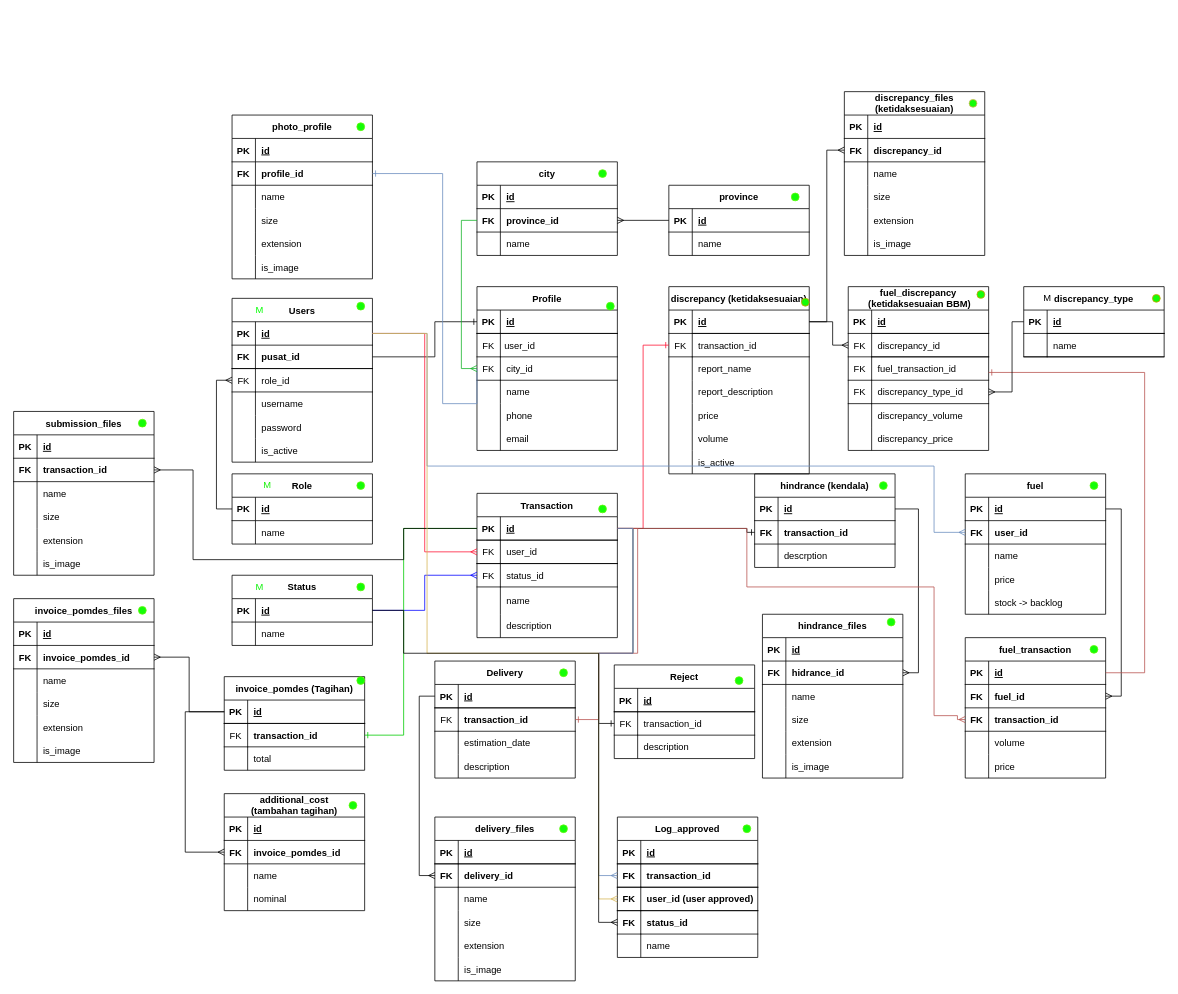
Above: PomdesDB.drawio in Faris072/pomdes (draw.io), before the change. Source tidied: cells renumbered, new cells numbered last; positions are measured from the earlier drawing's top-left corner, leaving out a move shared by most shapes. Both pictures are drawn from the tidied source at 78%, with x=0, y=0 at pixel (13, 91).
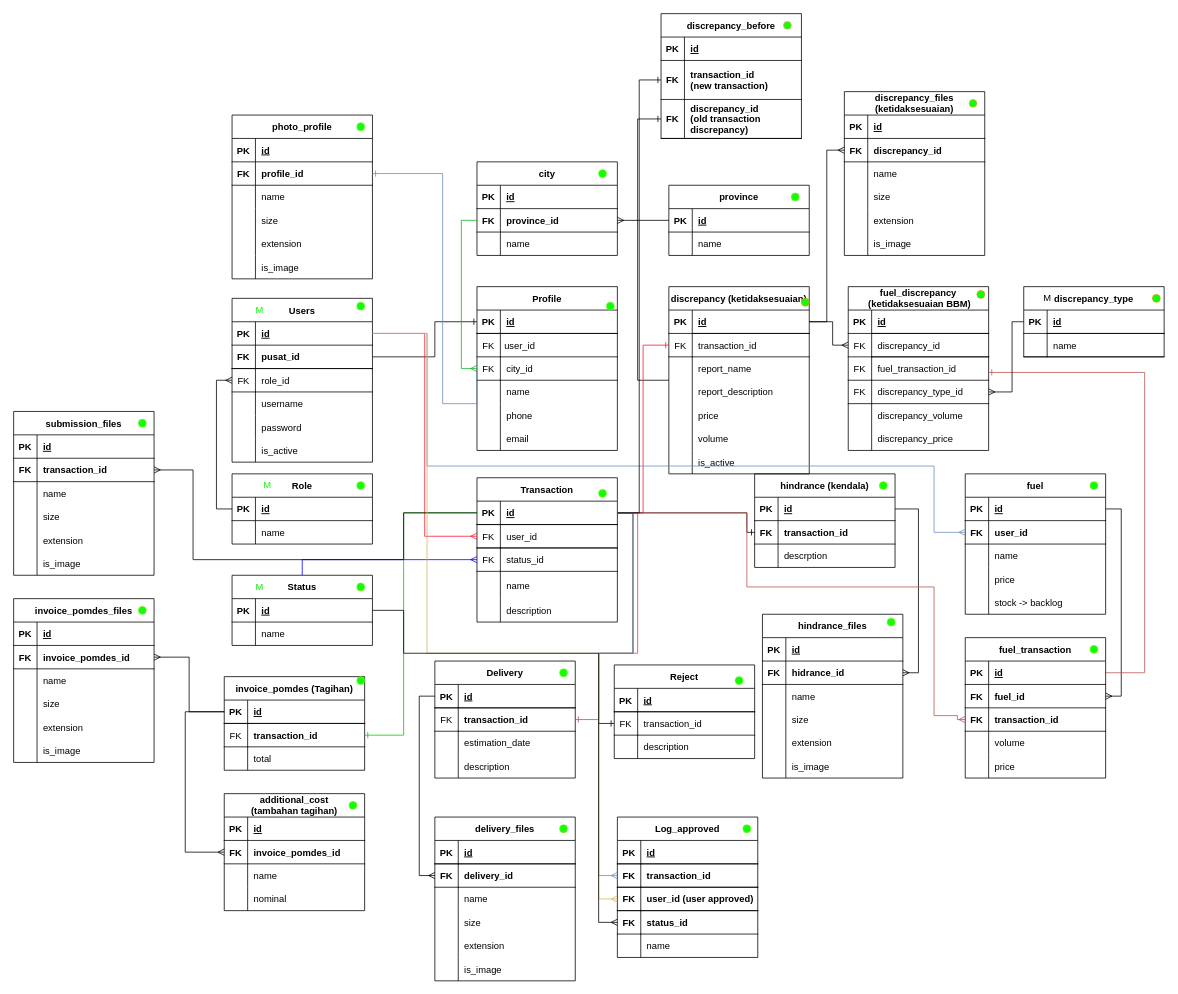
After the change.

The change refers to these unchanged cells:
```xml
<mxCell id="51" style="shape=tableRow;horizontal=0;startSize=0;swimlaneHead=0;swimlaneBody=0;fillColor=none;points=[[0,0.5],[1,0.5]];portConstraint=eastwest;top=0;left=0;right=0;bottom=1;" parent="50" vertex="1">
  <mxGeometry y="30" width="180" height="30" as="geometry" />
</mxCell>
<mxCell id="54" style="shape=tableRow;horizontal=0;startSize=0;swimlaneHead=0;swimlaneBody=0;fillColor=none;points=[[0,0.5],[1,0.5]];portConstraint=eastwest;top=0;left=0;right=0;bottom=0;" parent="50" vertex="1">
  <mxGeometry y="60" width="180" height="30" as="geometry" />
</mxCell>
<mxCell id="78" style="shape=tableRow;horizontal=0;startSize=0;swimlaneHead=0;swimlaneBody=1;fillColor=none;points=[[0,0.5],[1,0.5]];portConstraint=eastwest;top=0;left=0;right=0;bottom=0;" parent="74" vertex="1">
  <mxGeometry y="60" width="180" height="30" as="geometry" />
</mxCell>
<mxCell id="88" style="shape=tableRow;horizontal=0;startSize=0;swimlaneHead=0;swimlaneBody=0;fillColor=none;points=[[0,0.5],[1,0.5]];portConstraint=eastwest;top=0;left=0;right=0;bottom=1;" parent="84" vertex="1">
  <mxGeometry y="60" width="180" height="30" as="geometry" />
</mxCell>
<mxCell id="96" value="discrepancy (ketidaksesuaian)" style="shape=table;startSize=30;childLayout=tableLayout;rowLines=0;fontStyle=1;align=center;" parent="1" vertex="1">
  <mxGeometry x="840" y="250" width="180" height="240" as="geometry" />
</mxCell>
<mxCell id="254" style="shape=tableRow;horizontal=0;startSize=0;swimlaneHead=0;swimlaneBody=0;fillColor=none;points=[[0,0.5],[1,0.5]];portConstraint=eastwest;top=0;left=0;right=0;bottom=1;" parent="247" vertex="1">
  <mxGeometry y="90" width="180" height="30" as="geometry" />
</mxCell>
<mxCell id="306" style="shape=tableRow;horizontal=0;startSize=0;swimlaneHead=0;swimlaneBody=0;fillColor=none;points=[[0,0.5],[1,0.5]];portConstraint=eastwest;top=0;left=0;right=0;bottom=1;" parent="302" vertex="1">
  <mxGeometry y="60" width="180" height="30" as="geometry" />
</mxCell>
<mxCell id="326" style="shape=tableRow;horizontal=0;startSize=0;swimlaneHead=0;swimlaneBody=0;fillColor=none;points=[[0,0.5],[1,0.5]];portConstraint=eastwest;top=0;left=0;right=0;bottom=0;" parent="322" vertex="1">
  <mxGeometry y="60" width="180" height="30" as="geometry" />
</mxCell>
<mxCell id="352" style="shape=tableRow;horizontal=0;startSize=0;swimlaneHead=0;swimlaneBody=0;fillColor=none;points=[[0,0.5],[1,0.5]];portConstraint=eastwest;top=0;left=0;right=0;bottom=0;" parent="348" vertex="1">
  <mxGeometry y="60" width="180" height="30" as="geometry" />
</mxCell>
<mxCell id="391" style="shape=tableRow;horizontal=0;startSize=0;swimlaneHead=0;swimlaneBody=0;fillColor=none;points=[[0,0.5],[1,0.5]];portConstraint=eastwest;top=0;left=0;right=0;bottom=0;fontStyle=1;" parent="387" vertex="1">
  <mxGeometry y="60" width="180" height="30" as="geometry" />
</mxCell>
```

What changed in the source:
```diff
@@
     <mxCell id="50" value="Transaction" style="shape=table;startSize=30;childLayout=tableLayout;rowLines=0;fontStyle=1;align=center;" parent="1" vertex="1">
-      <mxGeometry x="594" y="515" width="180" height="185" as="geometry" />
+      <mxGeometry x="594" y="495" width="180" height="185" as="geometry" />
     </mxCell>
@@
     <mxCell id="94" style="edgeStyle=orthogonalEdgeStyle;rounded=0;jettySize=auto;html=1;entryX=1;entryY=0.5;entryDx=0;entryDy=0;fontFamily=Helvetica;fontSize=12;fontColor=default;startSize=30;endArrow=ERone;endFill=0;strokeColor=#00CC00;" parent="1" edge="1" source="51" target="78">
       <mxGeometry relative="1" as="geometry">
         <Array as="points">
-          <mxPoint x="500" y="560" />
+          <mxPoint x="500" y="540" />
           <mxPoint x="500" y="825" />
         </Array>
       </mxGeometry>
     </mxCell>
     <mxCell id="95" style="edgeStyle=orthogonalEdgeStyle;rounded=0;jettySize=auto;html=1;entryX=0;entryY=0.5;entryDx=0;entryDy=0;strokeColor=#FF1434;fontFamily=Helvetica;fontSize=12;fontColor=default;endArrow=ERmany;endFill=0;startSize=30;" parent="1" edge="1" target="54">
       <mxGeometry relative="1" as="geometry">
         <mxPoint x="460" y="310" as="sourcePoint" />
         <Array as="points">
           <mxPoint x="527" y="310" />
-          <mxPoint x="527" y="590" />
+          <mxPoint x="527" y="570" />
         </Array>
       </mxGeometry>
     </mxCell>
+    <mxCell id="408" style="edgeStyle=orthogonalEdgeStyle;rounded=0;jettySize=auto;html=1;entryX=0;entryY=0.5;entryDx=0;entryDy=0;endArrow=ERone;endFill=0;" parent="1" edge="1" source="96" target="416">
+      <mxGeometry relative="1" as="geometry">
+        <Array as="points">
+          <mxPoint x="800" y="370" />
+          <mxPoint x="800" y="35" />
+        </Array>
+      </mxGeometry>
+    </mxCell>
@@
     <mxCell id="119" style="edgeStyle=orthogonalEdgeStyle;rounded=0;jettySize=auto;html=1;entryX=0;entryY=0.5;entryDx=0;entryDy=0;strokeColor=#000000;fontFamily=Helvetica;fontSize=12;fontColor=default;endArrow=ERone;endFill=0;startSize=30;" parent="1" edge="1" source="51" target="88">
       <mxGeometry relative="1" as="geometry">
         <Array as="points">
-          <mxPoint x="940" y="560" />
+          <mxPoint x="940" y="540" />
           <mxPoint x="940" y="565" />
         </Array>
       </mxGeometry>
     </mxCell>
@@
     <mxCell id="163" style="ellipse;whiteSpace=wrap;html=1;fillColor=#14fd08;strokeColor=#62f90b;" parent="1" vertex="1">
-      <mxGeometry x="750" y="530" width="10" height="10" as="geometry" />
+      <mxGeometry x="750" y="510" width="10" height="10" as="geometry" />
     </mxCell>
@@
     <mxCell id="266" style="edgeStyle=orthogonalEdgeStyle;rounded=0;jettySize=auto;html=1;entryX=0;entryY=0.5;entryDx=0;entryDy=0;endArrow=ERmany;endFill=0;strokeColor=#b85450;exitX=1;exitY=0.5;exitDx=0;exitDy=0;fillColor=#f8cecc;" parent="1" edge="1" source="51" target="254">
       <mxGeometry relative="1" as="geometry">
         <Array as="points">
-          <mxPoint x="940" y="560" />
+          <mxPoint x="940" y="540" />
           <mxPoint x="940" y="635" />
           <mxPoint x="1180" y="635" />
           <mxPoint x="1180" y="800" />
           <mxPoint x="1210" y="800" />
+          <mxPoint x="1210" y="805" />
         </Array>
       </mxGeometry>
     </mxCell>
@@
     <mxCell id="321" style="edgeStyle=orthogonalEdgeStyle;rounded=0;jettySize=auto;html=1;entryX=1;entryY=0.5;entryDx=0;entryDy=0;endArrow=ERmany;endFill=0;" parent="1" edge="1" source="51" target="306">
       <mxGeometry relative="1" as="geometry">
         <Array as="points">
-          <mxPoint x="500" y="560" />
+          <mxPoint x="500" y="540" />
           <mxPoint x="500" y="600" />
           <mxPoint x="230" y="600" />
           <mxPoint x="230" y="485" />
         </Array>
       </mxGeometry>
     </mxCell>
@@
     <mxCell id="332" style="edgeStyle=orthogonalEdgeStyle;rounded=0;jettySize=auto;html=1;entryX=0;entryY=0.5;entryDx=0;entryDy=0;endArrow=ERone;endFill=0;" parent="1" edge="1" source="51" target="326">
       <mxGeometry relative="1" as="geometry">
         <Array as="points">
-          <mxPoint x="794" y="560" />
+          <mxPoint x="794" y="540" />
           <mxPoint x="794" y="720" />
           <mxPoint x="750" y="720" />
           <mxPoint x="750" y="810" />
         </Array>
       </mxGeometry>
     </mxCell>
@@
     <mxCell id="361" style="edgeStyle=orthogonalEdgeStyle;rounded=0;jettySize=auto;html=1;fillColor=#f8cecc;strokeColor=#b85450;endArrow=ERone;endFill=0;" parent="1" edge="1" source="51" target="352">
       <mxGeometry relative="1" as="geometry">
         <Array as="points">
-          <mxPoint x="800" y="560" />
+          <mxPoint x="800" y="540" />
           <mxPoint x="800" y="720" />
           <mxPoint x="750" y="720" />
           <mxPoint x="750" y="805" />
         </Array>
       </mxGeometry>
     </mxCell>
@@
     <mxCell id="403" style="edgeStyle=orthogonalEdgeStyle;rounded=0;jettySize=auto;html=1;entryX=0;entryY=0.5;entryDx=0;entryDy=0;fillColor=#dae8fc;strokeColor=#6c8ebf;endArrow=ERmany;endFill=0;" parent="1" edge="1" source="51" target="391">
       <mxGeometry relative="1" as="geometry">
         <Array as="points">
-          <mxPoint x="794" y="560" />
+          <mxPoint x="794" y="540" />
           <mxPoint x="794" y="720" />
           <mxPoint x="750" y="720" />
           <mxPoint x="750" y="1005" />
         </Array>
       </mxGeometry>
     </mxCell>
@@
+    <mxCell id="409" value="discrepancy_before" style="shape=table;startSize=30;childLayout=tableLayout;rowLines=0;fontStyle=1;align=center;" parent="1" vertex="1">
+      <mxGeometry x="830" y="-100" width="180" height="160" as="geometry" />
+    </mxCell>
+    <mxCell id="410" style="shape=tableRow;horizontal=0;startSize=0;swimlaneHead=0;swimlaneBody=0;fillColor=none;top=0;left=0;right=0;bottom=1;" parent="409" vertex="1">
+      <mxGeometry y="30" width="180" height="30" as="geometry" />
+    </mxCell>
+    <mxCell id="411" value="PK" style="shape=partialRectangle;fillColor=none;top=0;left=0;bottom=0;right=0;fontStyle=1;overflow=hidden;" parent="410" vertex="1">
+      <mxGeometry width="30" height="30" as="geometry" />
+    </mxCell>
+    <mxCell id="412" value="id" style="shape=partialRectangle;fillColor=none;top=0;left=0;bottom=0;right=0;align=left;spacingLeft=6;fontStyle=5;overflow=hidden;" parent="410" vertex="1">
+      <mxGeometry x="30" width="150" height="30" as="geometry" />
+    </mxCell>
+    <mxCell id="413" style="shape=tableRow;horizontal=0;startSize=0;swimlaneHead=0;swimlaneBody=0;fillColor=none;points=[[0,0.5],[1,0.5]];portConstraint=eastwest;top=0;left=0;right=0;bottom=1;" parent="409" vertex="1">
+      <mxGeometry y="60" width="180" height="50" as="geometry" />
+    </mxCell>
+    <mxCell id="414" value="FK" style="shape=partialRectangle;fillColor=none;top=0;left=0;bottom=0;right=0;fontStyle=1;overflow=hidden;" parent="413" vertex="1">
+      <mxGeometry width="30" height="50" as="geometry" />
+    </mxCell>
+    <mxCell id="415" value="transaction_id&#10;(new transaction)" style="shape=partialRectangle;fillColor=none;top=0;left=0;bottom=0;right=0;align=left;spacingLeft=6;fontStyle=1;overflow=hidden;" parent="413" vertex="1">
+      <mxGeometry x="30" width="150" height="50" as="geometry" />
+    </mxCell>
+    <mxCell id="416" style="shape=tableRow;horizontal=0;startSize=0;swimlaneHead=0;swimlaneBody=0;fillColor=none;points=[[0,0.5],[1,0.5]];portConstraint=eastwest;top=0;left=0;right=0;bottom=1;" parent="409" vertex="1">
+      <mxGeometry y="110" width="180" height="50" as="geometry" />
+    </mxCell>
+    <mxCell id="417" value="FK" style="shape=partialRectangle;fillColor=none;top=0;left=0;bottom=0;right=0;fontStyle=1;overflow=hidden;" parent="416" vertex="1">
+      <mxGeometry width="30" height="50" as="geometry" />
+    </mxCell>
+    <mxCell id="418" value="discrepancy_id&#10;(old transaction&#10;discrepancy)" style="shape=partialRectangle;fillColor=none;top=0;left=0;bottom=0;right=0;align=left;spacingLeft=6;fontStyle=1;overflow=hidden;" parent="416" vertex="1">
+      <mxGeometry x="30" width="150" height="50" as="geometry" />
+    </mxCell>
+    <mxCell id="419" style="edgeStyle=orthogonalEdgeStyle;rounded=0;jettySize=auto;html=1;entryX=0;entryY=0.5;entryDx=0;entryDy=0;endArrow=ERone;endFill=0;" parent="1" edge="1" source="51" target="413">
+      <mxGeometry relative="1" as="geometry" />
+    </mxCell>
+    <mxCell id="420" style="ellipse;whiteSpace=wrap;html=1;fillColor=#14fd08;strokeColor=#d6b656;" parent="1" vertex="1">
+      <mxGeometry x="987" y="-90" width="10" height="10" as="geometry" />
+    </mxCell>
```
